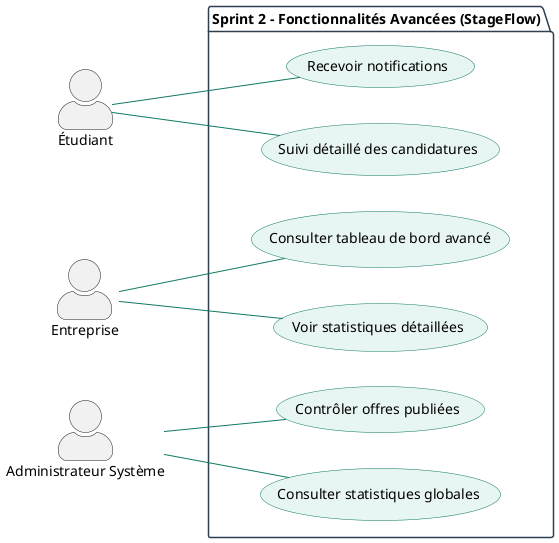
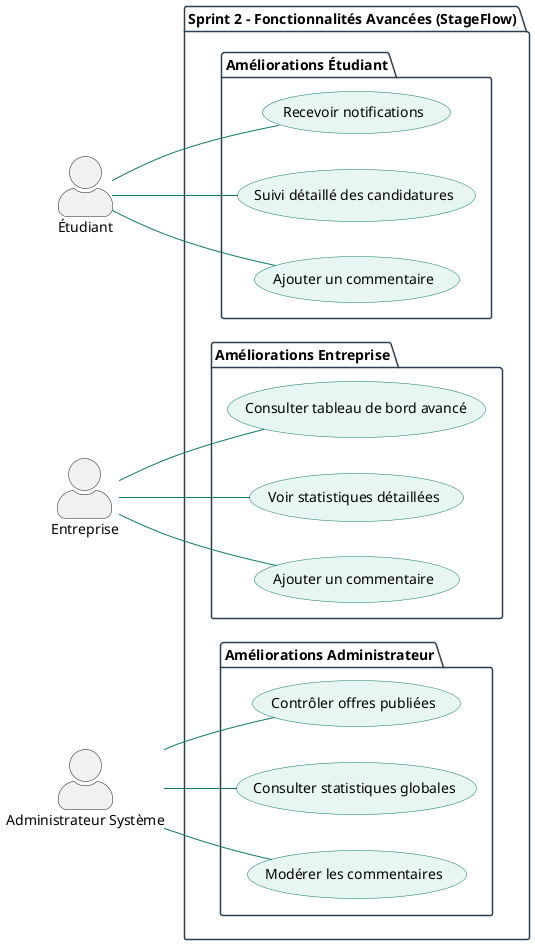
@startuml StageFlow_Sprint2
+ left to right direction
skinparam actorStyle awesome
- left to right direction

skinparam package {
    BackgroundColor White
    BorderColor #2C3E50
}

skinparam usecase {
    BackgroundColor #E8F6F3
    BorderColor #117864
    ArrowColor #117864
}

actor "Étudiant" as E
actor "Entreprise" as Ent
actor "Administrateur Système" as Admin

+ 
package "Sprint 2 – Fonctionnalités Avancées (StageFlow)" {

    ' ========================
    ' Améliorations Étudiant
    ' ========================
+     package "Améliorations Étudiant" {

-     usecase "Recevoir notifications" as UC1
-     usecase "Suivi détaillé des candidatures" as UC2
+         usecase "Recevoir notifications" as UC1
+         usecase "Suivi détaillé des candidatures" as UC2
+         usecase "Ajouter un commentaire" as UC3
+ 
+     }

    E -- UC1
    E -- UC2
+     E -- UC3
+ 

    ' ========================
    ' Améliorations Entreprise
    ' ========================
+     package "Améliorations Entreprise" {

-     usecase "Consulter tableau de bord avancé" as UC3
-     usecase "Voir statistiques détaillées" as UC4
+         usecase "Consulter tableau de bord avancé" as UC4
+         usecase "Voir statistiques détaillées" as UC5
+         usecase "Ajouter un commentaire" as UC6

-     Ent -- UC3
+     }
+ 
    Ent -- UC4
+     Ent -- UC5
+     Ent -- UC6
+ 

    ' ========================
    ' Améliorations Administrateur
    ' ========================
+     package "Améliorations Administrateur" {

-     usecase "Contrôler offres publiées" as UC5
-     usecase "Consulter statistiques globales" as UC6
+         usecase "Contrôler offres publiées" as UC7
+         usecase "Consulter statistiques globales" as UC8
+         usecase "Modérer les commentaires" as UC9

-     Admin -- UC5
-     Admin -- UC6
+     }
+ 
+     Admin -- UC7
+     Admin -- UC8
+     Admin -- UC9
+ 
}

@enduml